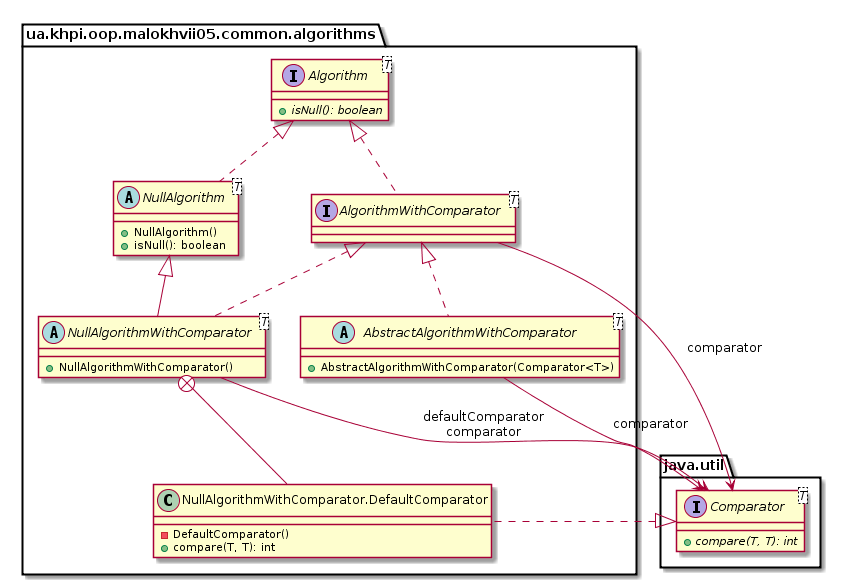
This is malokhvii-eduard/malokhvii05/doc/plantuml/png/ua.khpi.oop.malokhvii05.common.algorithms.package.png from P-Kalin/kit26a, a PlantUML export, as it was before one commit. Its diagram source:
```plantuml
@startuml

    namespace ua.khpi.oop.malokhvii05.common.algorithms {

        interface AlgorithmWithComparator<T> {
        }

        abstract class NullAlgorithmWithComparator<T> {
            +NullAlgorithmWithComparator()
        }

        class ua.khpi.oop.malokhvii05.common.algorithms.NullAlgorithmWithComparator.DefaultComparator {
            -DefaultComparator()
            +compare(T, T): int
        }

        abstract class NullAlgorithm<T> {
            +NullAlgorithm()
            +isNull(): boolean
        }

        interface Algorithm<T> {
            {abstract} +isNull(): boolean
        }

        abstract class AbstractAlgorithmWithComparator<T> {
            +AbstractAlgorithmWithComparator(Comparator<T>)
        }

        Algorithm <|.. AlgorithmWithComparator

        NullAlgorithm <|-- NullAlgorithmWithComparator

        AlgorithmWithComparator <|.. NullAlgorithmWithComparator

        interface java.util.Comparator<T> {
            {abstract} +compare(T, T): int
        }
        java.util.Comparator <|.. ua.khpi.oop.malokhvii05.common.algorithms.NullAlgorithmWithComparator.DefaultComparator

        NullAlgorithmWithComparator +-- ua.khpi.oop.malokhvii05.common.algorithms.NullAlgorithmWithComparator.DefaultComparator

        Algorithm <|.. NullAlgorithm

        AlgorithmWithComparator <|.. AbstractAlgorithmWithComparator

        AlgorithmWithComparator --> java.util.Comparator: comparator

        NullAlgorithmWithComparator --> java.util.Comparator: defaultComparator\ncomparator

        AbstractAlgorithmWithComparator --> java.util.Comparator: comparator

    }

@enduml
```
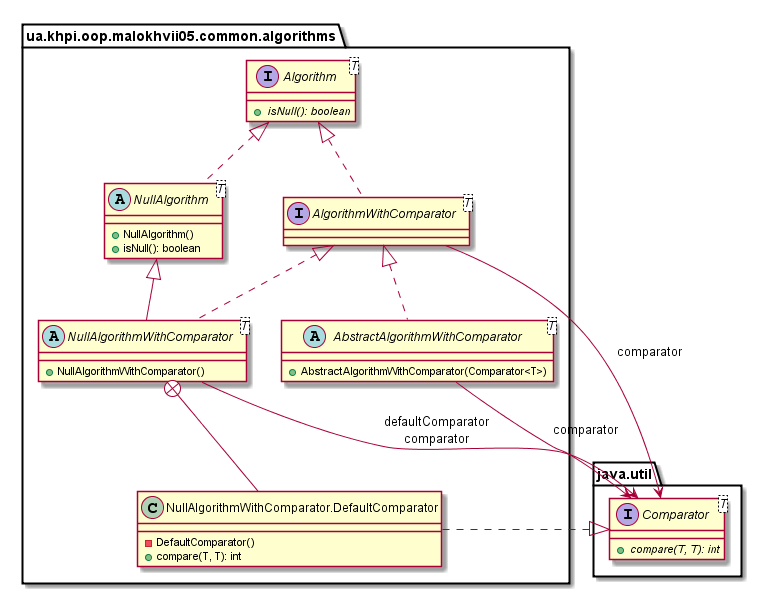
After the change.

What changed in the source:
```diff
@@ -1,9 +1,6 @@
 @startuml
 
     namespace ua.khpi.oop.malokhvii05.common.algorithms {
-
-        interface AlgorithmWithComparator<T> {
-        }
 
         abstract class NullAlgorithmWithComparator<T> {
             +NullAlgorithmWithComparator()
@@ -19,6 +16,9 @@
             +isNull(): boolean
         }
 
+        interface AlgorithmWithComparator<T> {
+        }
+
         interface Algorithm<T> {
             {abstract} +isNull(): boolean
         }
@@ -26,8 +26,6 @@
         abstract class AbstractAlgorithmWithComparator<T> {
             +AbstractAlgorithmWithComparator(Comparator<T>)
         }
-
-        Algorithm <|.. AlgorithmWithComparator
 
         NullAlgorithm <|-- NullAlgorithmWithComparator
 
@@ -42,11 +40,13 @@
 
         Algorithm <|.. NullAlgorithm
 
+        Algorithm <|.. AlgorithmWithComparator
+
         AlgorithmWithComparator <|.. AbstractAlgorithmWithComparator
 
+        NullAlgorithmWithComparator --> java.util.Comparator: defaultComparator\ncomparator
+
         AlgorithmWithComparator --> java.util.Comparator: comparator
-
-        NullAlgorithmWithComparator --> java.util.Comparator: defaultComparator\ncomparator
 
         AbstractAlgorithmWithComparator --> java.util.Comparator: comparator
 
```
